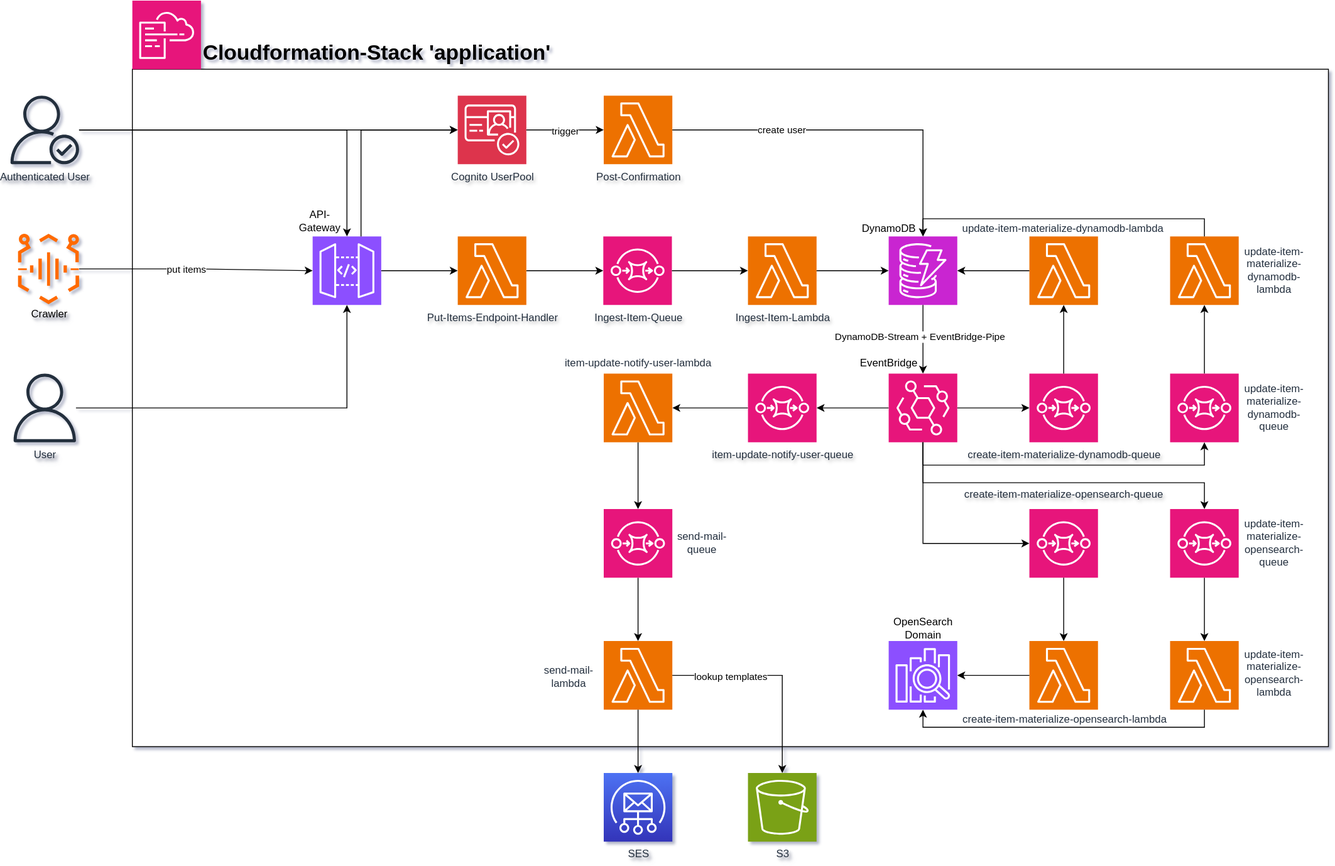
This is docs/arch/arch.drawio.svg from aura-historia/backend, a draw.io export, as it was before one commit. Source tidied: cells renumbered, new cells last; positions are measured from the earlier drawing's top-left corner, leaving out a move shared by most shapes.
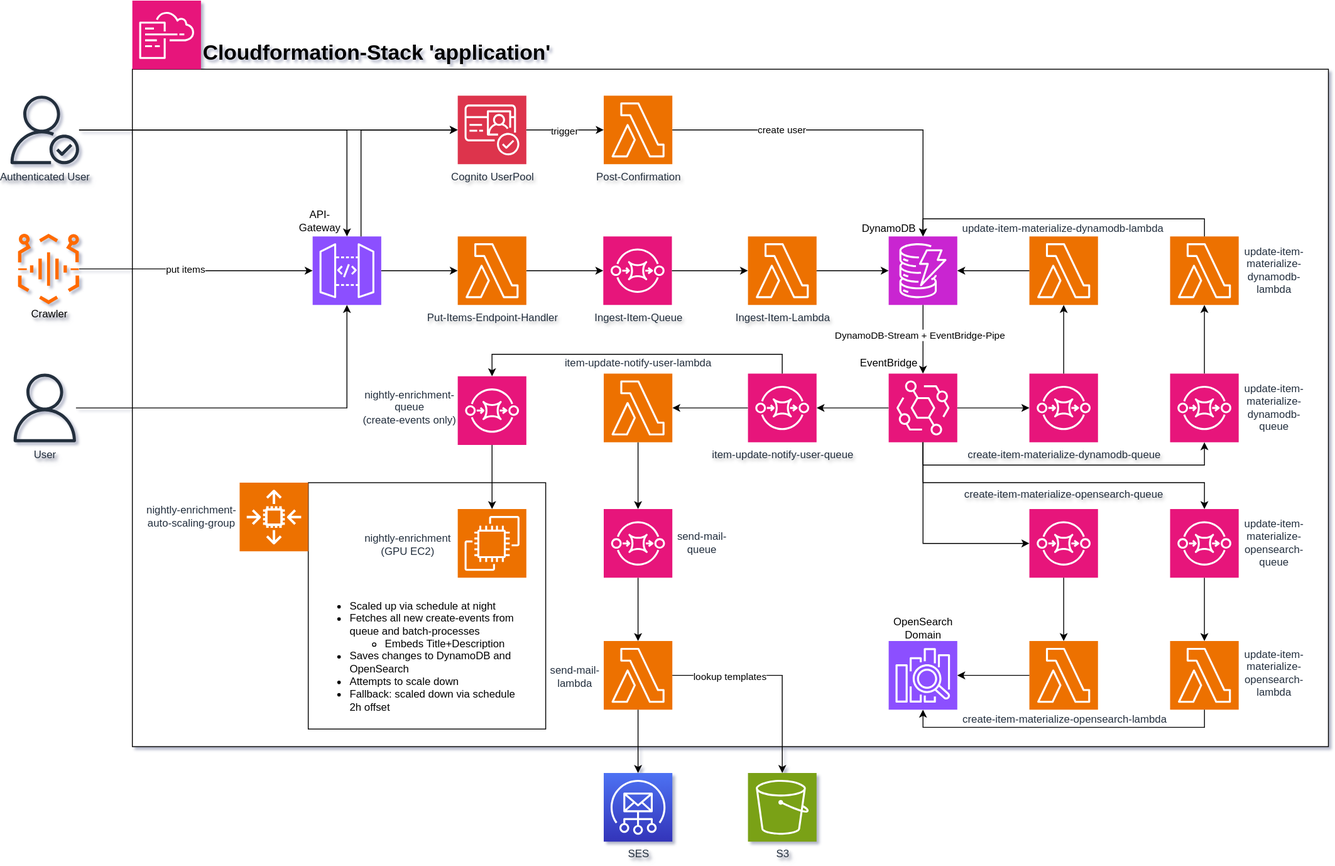
The same diagram one commit later.

Commit message:
feat#174: extend arch-docs

Diff of the diagram source:
```diff
@@ -246,7 +246,7 @@
       <mxGeometry x="752.5" y="576" width="66.5" height="80" as="geometry" />
     </mxCell>
     <mxCell id="72" value="&lt;font color=&quot;#232f3e&quot;&gt;&lt;span style=&quot;text-wrap-mode: nowrap;&quot;&gt;send-mail-&lt;br&gt;lambda&lt;/span&gt;&lt;/font&gt;" style="text;html=1;align=center;verticalAlign=middle;whiteSpace=wrap;rounded=0;" parent="1" vertex="1">
-      <mxGeometry x="595" y="728" width="80" height="80" as="geometry" />
+      <mxGeometry x="609" y="728" width="66" height="80" as="geometry" />
     </mxCell>
     <mxCell id="73" value="API-Gateway" style="text;html=1;align=center;verticalAlign=middle;whiteSpace=wrap;rounded=0;" parent="1" vertex="1">
       <mxGeometry x="322" y="235" width="60" height="30" as="geometry" />
@@ -273,5 +273,40 @@
     <mxCell id="79" value="&lt;h1 style=&quot;margin-top: 0px;&quot;&gt;Cloudformation-Stack 'application'&lt;/h1&gt;" style="text;html=1;whiteSpace=wrap;overflow=hidden;rounded=0;" parent="1" vertex="1">
       <mxGeometry x="217" y="38" width="470" height="40" as="geometry" />
     </mxCell>
+    <mxCell id="80" style="rounded=0;whiteSpace=wrap;html=1;textShadow=1;" parent="1" vertex="1">
+      <mxGeometry x="339" y="548" width="270" height="280" as="geometry" />
+    </mxCell>
+    <mxCell id="81" style="sketch=0;points=[[0,0,0],[0.25,0,0],[0.5,0,0],[0.75,0,0],[1,0,0],[0,1,0],[0.25,1,0],[0.5,1,0],[0.75,1,0],[1,1,0],[0,0.25,0],[0,0.5,0],[0,0.75,0],[1,0.25,0],[1,0.5,0],[1,0.75,0]];outlineConnect=0;fontColor=#232F3E;fillColor=#E7157B;strokeColor=#ffffff;dashed=0;verticalLabelPosition=bottom;verticalAlign=top;align=center;html=1;fontSize=12;fontStyle=0;shape=mxgraph.aws4.resourceIcon;resIcon=mxgraph.aws4.sqs;textShadow=1;" parent="1" vertex="1">
+      <mxGeometry x="509" y="427" width="78" height="78" as="geometry" />
+    </mxCell>
+    <mxCell id="82" style="edgeStyle=orthogonalEdgeStyle;rounded=0;jettySize=auto;html=1;entryX=0.5;entryY=0;entryDx=0;entryDy=0;entryPerimeter=0;" parent="1" edge="1" source="50" target="81">
+      <mxGeometry relative="1" as="geometry">
+        <Array as="points">
+          <mxPoint x="878" y="402" />
+          <mxPoint x="548" y="402" />
+        </Array>
+      </mxGeometry>
+    </mxCell>
+    <mxCell id="83" value="&lt;span style=&quot;color: rgb(35, 47, 62); text-wrap-mode: nowrap;&quot;&gt;nightly-enrichment-&lt;br&gt;queue&lt;/span&gt;&lt;br style=&quot;color: rgb(35, 47, 62); text-wrap-mode: nowrap;&quot;&gt;&lt;span style=&quot;color: rgb(35, 47, 62); text-wrap-mode: nowrap;&quot;&gt;(create-events only)&lt;/span&gt;" style="text;html=1;align=center;verticalAlign=middle;whiteSpace=wrap;rounded=0;" parent="1" vertex="1">
+      <mxGeometry x="399" y="422" width="110" height="80" as="geometry" />
+    </mxCell>
+    <mxCell id="84" style="sketch=0;points=[[0,0,0],[0.25,0,0],[0.5,0,0],[0.75,0,0],[1,0,0],[0,1,0],[0.25,1,0],[0.5,1,0],[0.75,1,0],[1,1,0],[0,0.25,0],[0,0.5,0],[0,0.75,0],[1,0.25,0],[1,0.5,0],[1,0.75,0]];outlineConnect=0;fontColor=#232F3E;fillColor=#ED7100;strokeColor=#ffffff;dashed=0;verticalLabelPosition=bottom;verticalAlign=top;align=center;html=1;fontSize=12;fontStyle=0;shape=mxgraph.aws4.resourceIcon;resIcon=mxgraph.aws4.ec2;" parent="1" vertex="1">
+      <mxGeometry x="509" y="578" width="78" height="78" as="geometry" />
+    </mxCell>
+    <mxCell id="85" style="sketch=0;fontColor=#232F3E;fillColor=#ED7100;strokeColor=#ffffff;dashed=0;verticalLabelPosition=bottom;verticalAlign=top;align=center;html=1;fontSize=12;fontStyle=0;shape=mxgraph.aws4.resourceIcon;resIcon=mxgraph.aws4.auto_scaling2;" parent="1" vertex="1">
+      <mxGeometry x="261" y="548" width="78" height="78" as="geometry" />
+    </mxCell>
+    <mxCell id="86" value="&lt;span style=&quot;color: rgb(35, 47, 62); text-wrap-mode: nowrap;&quot;&gt;nightly-enrichment-&lt;br&gt;auto-scaling-group&lt;/span&gt;" style="text;html=1;align=center;verticalAlign=middle;whiteSpace=wrap;rounded=0;" parent="1" vertex="1">
+      <mxGeometry x="151" y="546" width="110" height="80" as="geometry" />
+    </mxCell>
+    <mxCell id="87" style="edgeStyle=orthogonalEdgeStyle;rounded=0;jettySize=auto;html=1;entryX=0.5;entryY=0;entryDx=0;entryDy=0;entryPerimeter=0;" parent="1" edge="1" source="81" target="84">
+      <mxGeometry relative="1" as="geometry" />
+    </mxCell>
+    <mxCell id="88" value="&lt;font color=&quot;#232f3e&quot;&gt;&lt;span style=&quot;text-wrap-mode: nowrap;&quot;&gt;nightly-enrichment&lt;br&gt;(GPU EC2)&lt;/span&gt;&lt;/font&gt;" style="text;html=1;align=center;verticalAlign=middle;whiteSpace=wrap;rounded=0;" parent="1" vertex="1">
+      <mxGeometry x="397" y="578" width="110" height="80" as="geometry" />
+    </mxCell>
+    <mxCell id="89" value="&lt;ul&gt;&lt;li&gt;Scaled up via schedule at night&lt;/li&gt;&lt;li&gt;Fetches all new create-events from queue and batch-processes&lt;br&gt;&lt;/li&gt;&lt;ul&gt;&lt;li&gt;Embeds Title+Description&lt;/li&gt;&lt;/ul&gt;&lt;li&gt;Saves changes to DynamoDB and OpenSearch&lt;/li&gt;&lt;li&gt;Attempts to scale down&lt;/li&gt;&lt;li&gt;Fallback: scaled down via schedule 2h offset&lt;/li&gt;&lt;/ul&gt;" style="text;html=1;align=left;verticalAlign=middle;whiteSpace=wrap;rounded=0;" parent="1" vertex="1">
+      <mxGeometry x="344" y="665" width="235" height="160" as="geometry" />
+    </mxCell>
   </root>
 </mxGraphModel>
```
